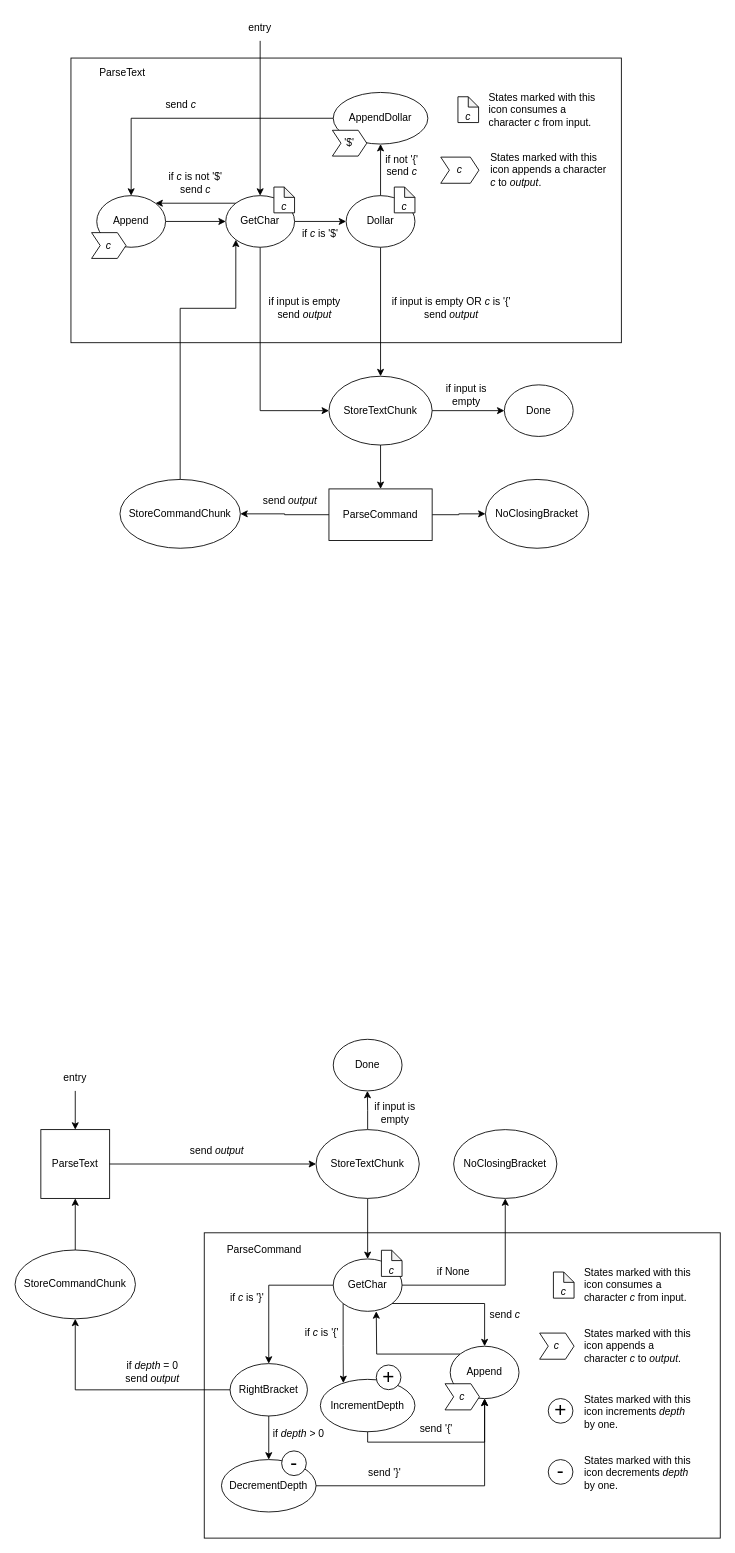
The draw.io diagram prepro.drawio in felixnaredi/prepro, before the edit. Source tidied: cells renumbered, new cells numbered last; positions are measured from the earlier drawing's top-left corner, leaving out a move shared by most shapes. Both pictures are drawn from the tidied source at 86%, with x=0, y=0 at pixel (15, 15).
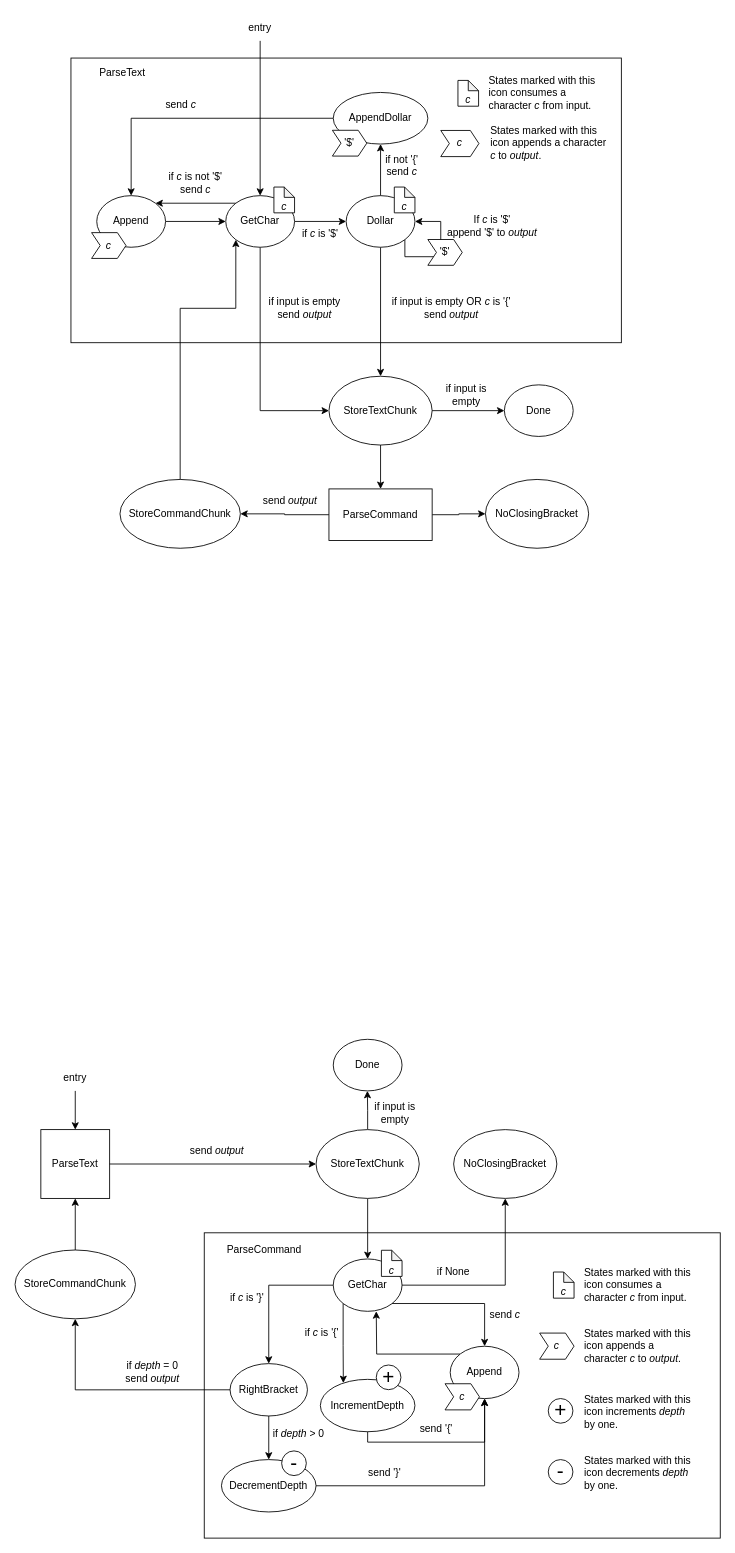
Above is the later version.

Commit message:
Dollar appends '$' to output

The change refers to these unchanged cells:
```xml
<mxCell id="87" value="&lt;div&gt;Dollar&lt;/div&gt;" style="ellipse;whiteSpace=wrap;html=1;" parent="1" vertex="1">
  <mxGeometry x="385" y="210" width="80" height="60" as="geometry" />
</mxCell>
```

What changed in the source:
```diff
@@
+    <mxCell id="95" style="edgeStyle=orthogonalEdgeStyle;rounded=0;orthogonalLoop=1;jettySize=auto;html=1;exitX=1;exitY=1;exitDx=0;exitDy=0;entryX=1;entryY=0.5;entryDx=0;entryDy=0;" parent="1" edge="1" source="87" target="87">
+      <mxGeometry relative="1" as="geometry">
+        <Array as="points">
+          <mxPoint x="453" y="281" />
+          <mxPoint x="495" y="281" />
+          <mxPoint x="495" y="240" />
+        </Array>
+      </mxGeometry>
+    </mxCell>
+    <mxCell id="96" value="'$'" style="shape=step;perimeter=stepPerimeter;whiteSpace=wrap;html=1;fixedSize=1;size=10.000000000000227;" parent="1" vertex="1">
+      <mxGeometry x="480" y="261" width="40" height="30" as="geometry" />
+    </mxCell>
+    <mxCell id="97" value="&lt;div&gt;If &lt;i&gt;c&lt;/i&gt; is '$'&lt;/div&gt;append '$' to &lt;i&gt;output&lt;/i&gt;" style="text;html=1;strokeColor=none;fillColor=none;align=center;verticalAlign=middle;whiteSpace=wrap;rounded=0;" parent="1" vertex="1">
+      <mxGeometry x="495" y="230" width="120" height="30" as="geometry" />
+    </mxCell>
+    <mxCell id="98" style="group;" parent="1" vertex="1">
+      <mxGeometry x="515" y="71" width="164" height="40" as="geometry" />
+    </mxCell>
-    <mxCell id="91" value="States marked with this icon consumes a character &lt;i&gt;c&lt;/i&gt; from input." style="text;html=1;strokeColor=none;fillColor=none;align=left;verticalAlign=middle;whiteSpace=wrap;rounded=0;" parent="1" vertex="1">
-      <mxGeometry x="549" y="90" width="130" height="40" as="geometry" />
+    <mxCell id="91" value="States marked with this icon consumes a character &lt;i&gt;c&lt;/i&gt; from input." style="text;html=1;strokeColor=none;fillColor=none;align=left;verticalAlign=middle;whiteSpace=wrap;rounded=0;" parent="98" vertex="1">
+      <mxGeometry x="34" width="130" height="40" as="geometry" />
     </mxCell>
-    <mxCell id="92" value="&lt;div&gt;&lt;br&gt;&lt;/div&gt;&lt;div&gt;&lt;i&gt;c&lt;/i&gt;&lt;/div&gt;" style="shape=note;whiteSpace=wrap;html=1;backgroundOutline=1;darkOpacity=0.05;size=12;" parent="1" vertex="1">
-      <mxGeometry x="515" y="95" width="24" height="30" as="geometry" />
+    <mxCell id="92" value="&lt;div&gt;&lt;br&gt;&lt;/div&gt;&lt;div&gt;&lt;i&gt;c&lt;/i&gt;&lt;/div&gt;" style="shape=note;whiteSpace=wrap;html=1;backgroundOutline=1;darkOpacity=0.05;size=12;" parent="98" vertex="1">
+      <mxGeometry y="5" width="24" height="30" as="geometry" />
     </mxCell>
+    <mxCell id="99" style="group;" parent="1" vertex="1">
+      <mxGeometry x="495" y="119" width="200" height="60.9" as="geometry" />
+    </mxCell>
-    <mxCell id="93" value="&lt;div&gt;States marked with this icon appends a character &lt;i&gt;c&lt;/i&gt; to &lt;i&gt;output&lt;/i&gt;.&lt;br&gt;&lt;/div&gt;" style="text;html=1;strokeColor=none;fillColor=none;align=left;verticalAlign=middle;whiteSpace=wrap;rounded=0;" parent="1" vertex="1">
-      <mxGeometry x="550.6" y="150" width="144.4" height="60.9" as="geometry" />
+    <mxCell id="93" value="&lt;div&gt;States marked with this icon appends a character &lt;i&gt;c&lt;/i&gt; to &lt;i&gt;output&lt;/i&gt;.&lt;br&gt;&lt;/div&gt;" style="text;html=1;strokeColor=none;fillColor=none;align=left;verticalAlign=middle;whiteSpace=wrap;rounded=0;" parent="99" vertex="1">
+      <mxGeometry x="55.6" width="144.4" height="60.9" as="geometry" />
     </mxCell>
-    <mxCell id="94" value="&lt;i&gt;c&lt;/i&gt;" style="shape=step;perimeter=stepPerimeter;whiteSpace=wrap;html=1;fixedSize=1;size=10.000000000000227;" parent="1" vertex="1">
-      <mxGeometry x="495" y="165.2" width="44.4" height="30.4" as="geometry" />
+    <mxCell id="94" value="&lt;i&gt;c&lt;/i&gt;" style="shape=step;perimeter=stepPerimeter;whiteSpace=wrap;html=1;fixedSize=1;size=10.000000000000227;" parent="99" vertex="1">
+      <mxGeometry y="15.2" width="44.4" height="30.4" as="geometry" />
     </mxCell>
```
